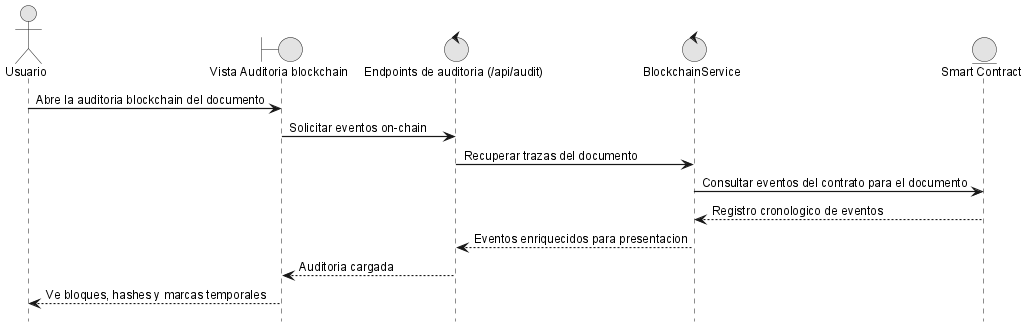
ErDeivih/DocumentChain keeps this PlantUML diagram as anexos/diagramas/seq-blockchain-audit.png. Above is the earlier version. Source of this version:
```plantuml
@startuml
!include _sequence-style.puml
actor Usuario as user
boundary "Vista Auditoria blockchain" as ui
control "Endpoints de auditoria (/api/audit)" as api
control "BlockchainService" as srv
entity "Smart Contract" as sc

user -> ui: Abre la auditoria blockchain del documento
ui -> api: Solicitar eventos on-chain
api -> srv: Recuperar trazas del documento
srv -> sc: Consultar eventos del contrato para el documento
sc --> srv: Registro cronologico de eventos
srv --> api: Eventos enriquecidos para presentacion
api --> ui: Auditoria cargada
ui --> user: Ve bloques, hashes y marcas temporales

@enduml
```
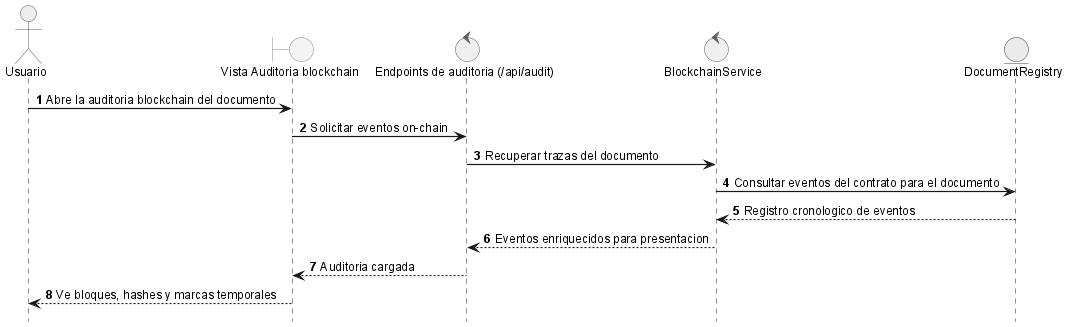
After the commit.

Change to the diagram source:
```diff
@@ -4,7 +4,7 @@
 boundary "Vista Auditoria blockchain" as ui
 control "Endpoints de auditoria (/api/audit)" as api
 control "BlockchainService" as srv
-entity "Smart Contract" as sc
+entity "DocumentRegistry" as sc
 
 user -> ui: Abre la auditoria blockchain del documento
 ui -> api: Solicitar eventos on-chain
```
